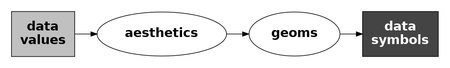
Before: Diagrams/data-aes-geom-sym.png, a diagram exported from Graphviz (pmur002/hdvw). Its source is kept beside it as Diagrams/data-aes-geom-sym.dot.
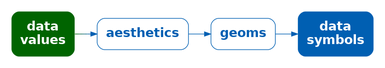
The same diagram one commit later.

What changed in the source:
```diff
@@ -1,12 +1,12 @@
 digraph {
   graph [ rankdir=LR; margin=.2; nodesep=.5 ];
   node [ fontsize=20; fontname="sans bold"; margin=.2 ];
-  data [ label="data\nvalues"; shape=box; style=filled; fillcolor=gray ]
-  aes [ label="aesthetics"; shape=ellipse; ]
-  geom [ label="geoms"; shape=ellipse; ]
+  data [ label="data\nvalues"; shape=box; style="filled, rounded"; penwidth=0; fontcolor=white; fillcolor="#006400" ]
+  aes [ label="aesthetics"; shape=box; style=rounded; color="#005FB2"; fontcolor="#005FB2" ]
+  geom [ label="geoms"; shape=box; style=rounded; color="#005FB2"; fontcolor="#005FB2" ]
   sym [ label="data\nsymbols"; shape=box;
-        style=filled; fillcolor="#444444"; fontcolor=white ]
-  data -> aes
-  aes -> geom
-  geom -> sym
+     style="filled, rounded"; penwidth=0; fontcolor=white; fillcolor="#005FB2" ]
+  data -> aes [ color="#006400;0.1:#006314;0.1:#006328;0.1:#00623B;0.1:#00624F;0.1:#006163;0.1:#006177;0.1:#00608A;0.1:#00609E;0.1:#005FB2;0.1" ]
+  aes -> geom [ color="#005FB2" ]
+  geom -> sym [ color="#005FB2" ]
 }
```
